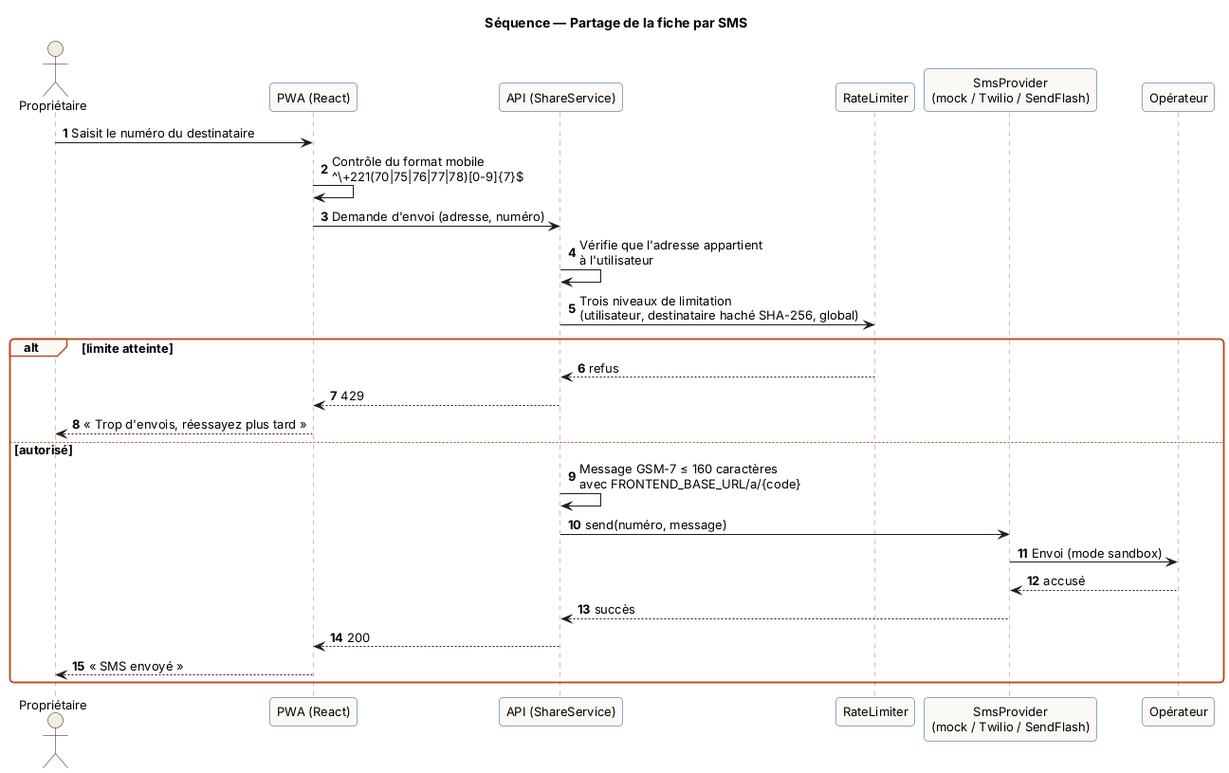
Before: uml-samaadresse/docs/uml/rendus/08-seq-partage-sms.png, a diagram exported from PlantUML (Mahou-Dev/SamaAdresse).
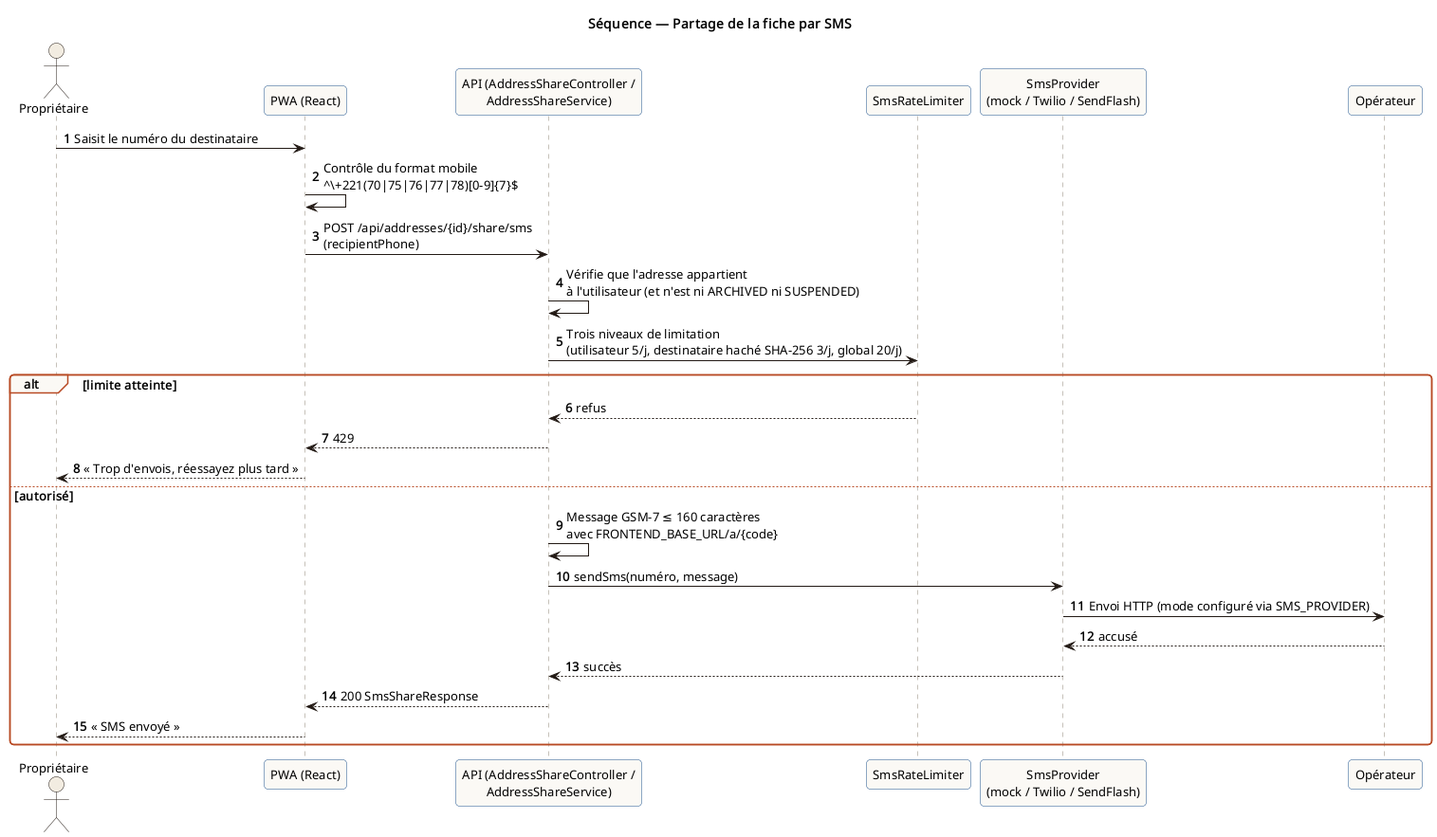
After the commit.

Diff of the diagram source:
```diff
@@ -1,30 +1,31 @@
 @startuml 08-seq-partage-sms
+!pragma layout smetana
 !include _style.puml
 title Séquence — Partage de la fiche par SMS
 autonumber
 actor "Propriétaire" as O
 participant "PWA (React)" as UI
-participant "API (ShareService)" as API
-participant "RateLimiter" as RL
+participant "API (AddressShareController /\nAddressShareService)" as API
+participant "SmsRateLimiter" as RL
 participant "SmsProvider\n(mock / Twilio / SendFlash)" as SP
 participant "Opérateur" as OP
 
 O -> UI : Saisit le numéro du destinataire
 UI -> UI : Contrôle du format mobile\n^\+221(70|75|76|77|78)[0-9]{7}$
-UI -> API : Demande d'envoi (adresse, numéro)
-API -> API : Vérifie que l'adresse appartient\nà l'utilisateur
-API -> RL : Trois niveaux de limitation\n(utilisateur, destinataire haché SHA-256, global)
+UI -> API : POST /api/addresses/{id}/share/sms\n(recipientPhone)
+API -> API : Vérifie que l'adresse appartient\nà l'utilisateur (et n'est ni ARCHIVED ni SUSPENDED)
+API -> RL : Trois niveaux de limitation\n(utilisateur 5/j, destinataire haché SHA-256 3/j, global 20/j)
 alt limite atteinte
   RL --> API : refus
   API --> UI : 429
   UI --> O : « Trop d'envois, réessayez plus tard »
 else autorisé
   API -> API : Message GSM-7 ≤ 160 caractères\navec FRONTEND_BASE_URL/a/{code}
-  API -> SP : send(numéro, message)
-  SP -> OP : Envoi (mode sandbox)
+  API -> SP : sendSms(numéro, message)
+  SP -> OP : Envoi HTTP (mode configuré via SMS_PROVIDER)
   OP --> SP : accusé
   SP --> API : succès
-  API --> UI : 200
+  API --> UI : 200 SmsShareResponse
   UI --> O : « SMS envoyé »
 end
 @enduml
```
